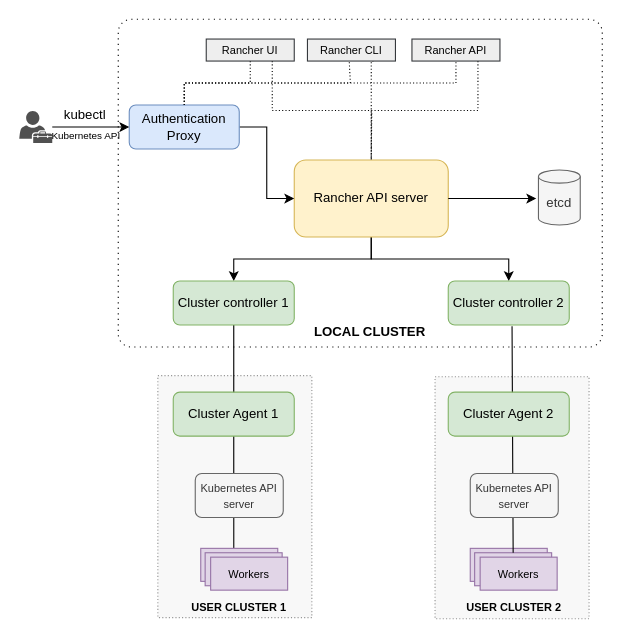
jacmathew/jacmathew keeps this draw.io diagram as rancher.drawio. Above is the earlier version. Source tidied: cells renumbered, new cells numbered last; positions are measured from the earlier drawing's top-left corner, leaving out a move shared by most shapes. Both pictures are drawn from the tidied source at 110%, with x=0, y=0 at pixel (19, 19).
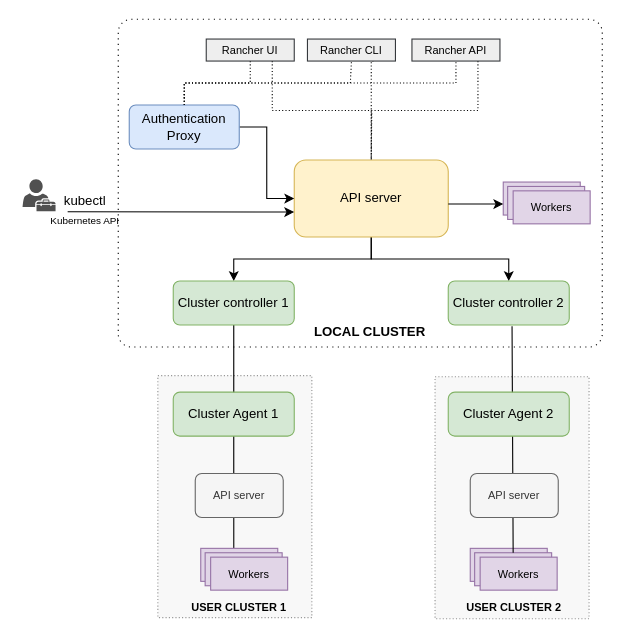
Above is the later version.

The change refers to these unchanged cells:
```xml
<mxCell id="11" value="Authentication Proxy" style="rounded=1;whiteSpace=wrap;html=1;fillColor=#dae8fc;strokeColor=#6c8ebf;" parent="1" vertex="1">
  <mxGeometry x="100" y="78" width="100" height="40" as="geometry" />
</mxCell>
<mxCell id="20" value="&lt;font style=&quot;font-size: 10px;&quot;&gt;Rancher CLI&lt;/font&gt;" style="rounded=0;whiteSpace=wrap;html=1;fillColor=#eeeeee;strokeColor=#36393d;" parent="1" vertex="1">
  <mxGeometry x="262" y="18" width="80" height="20" as="geometry" />
</mxCell>
```

Diff of the diagram source:
```diff
@@
-    <mxCell id="7" value="Rancher API server" style="rounded=1;whiteSpace=wrap;html=1;fillColor=#fff2cc;strokeColor=#d6b656;" parent="1" vertex="1">
+    <mxCell id="7" value="API server" style="rounded=1;whiteSpace=wrap;html=1;fillColor=#fff2cc;strokeColor=#d6b656;" parent="1" vertex="1">
       <mxGeometry x="250" y="128" width="140" height="70" as="geometry" />
     </mxCell>
@@
-    <mxCell id="14" value="etcd" style="shape=cylinder3;whiteSpace=wrap;html=1;boundedLbl=1;backgroundOutline=1;size=6;fillColor=#f5f5f5;fontColor=#333333;strokeColor=#666666;" parent="1" vertex="1">
-      <mxGeometry x="472" y="137" width="38" height="50" as="geometry" />
-    </mxCell>
@@
-    <mxCell id="16" style="endArrow=classic;html=1;rounded=0;" parent="1" edge="1">
-      <mxGeometry relative="1" as="geometry">
-        <mxPoint x="390" y="163" as="sourcePoint" />
-        <mxPoint x="470" y="163" as="targetPoint" />
-      </mxGeometry>
-    </mxCell>
@@
-    <mxCell id="23" style="edgeStyle=orthogonalEdgeStyle;rounded=0;jettySize=auto;html=1;exitX=0.5;exitY=0;exitDx=0;exitDy=0;dashed=1;dashPattern=1 2;endArrow=none;endFill=0;" parent="1" edge="1" source="11">
+    <mxCell id="23" style="edgeStyle=orthogonalEdgeStyle;rounded=0;jettySize=auto;html=1;exitX=0.5;exitY=0;exitDx=0;exitDy=0;dashed=1;dashPattern=1 2;endArrow=none;endFill=0;entryX=0.5;entryY=1;entryDx=0;entryDy=0;" parent="1" edge="1" source="11" target="20">
       <mxGeometry relative="1" as="geometry">
-        <mxPoint x="300" y="38" as="targetPoint" />
         <Array as="points">
           <mxPoint x="150" y="58" />
           <mxPoint x="301" y="58" />
+          <mxPoint x="301" y="38" />
         </Array>
       </mxGeometry>
     </mxCell>
-    <mxCell id="24" style="endArrow=classic;html=1;rounded=0;" parent="1" edge="1">
-      <mxGeometry relative="1" as="geometry">
-        <mxPoint x="30" y="98" as="sourcePoint" />
-        <mxPoint x="100" y="98" as="targetPoint" />
-      </mxGeometry>
-    </mxCell>
     <mxCell id="25" style="sketch=0;shadow=0;dashed=0;html=1;strokeColor=none;fillColor=#505050;labelPosition=center;verticalLabelPosition=bottom;verticalAlign=top;align=center;shape=mxgraph.office.users.tenant_admin;" parent="1" vertex="1">
-      <mxGeometry y="83.5" width="30" height="29" as="geometry" />
+      <mxGeometry x="3" y="145.5" width="30" height="29" as="geometry" />
     </mxCell>
     <mxCell id="26" value="kubectl" style="text;html=1;strokeColor=none;fillColor=none;align=center;verticalAlign=middle;whiteSpace=wrap;rounded=0;" parent="1" vertex="1">
-      <mxGeometry x="30" y="72" width="60" height="30" as="geometry" />
+      <mxGeometry x="30" y="150" width="60" height="30" as="geometry" />
     </mxCell>
     <mxCell id="27" value="&lt;font style=&quot;font-size: 9px;&quot;&gt;Kubernetes API&lt;/font&gt;" style="text;html=1;strokeColor=none;fillColor=none;align=center;verticalAlign=middle;whiteSpace=wrap;rounded=0;" parent="1" vertex="1">
-      <mxGeometry x="26" y="90" width="70" height="30" as="geometry" />
+      <mxGeometry x="25" y="168" width="70" height="30" as="geometry" />
     </mxCell>
@@
-    <mxCell id="29" value="&lt;font style=&quot;font-size: 10px;&quot;&gt;Kubernetes API server&lt;/font&gt;" style="rounded=1;whiteSpace=wrap;html=1;fillColor=#f5f5f5;fontColor=#333333;strokeColor=#666666;" parent="1" vertex="1">
+    <mxCell id="29" value="&lt;font style=&quot;font-size: 10px;&quot;&gt;API server&lt;/font&gt;" style="rounded=1;whiteSpace=wrap;html=1;fillColor=#f5f5f5;fontColor=#333333;strokeColor=#666666;" parent="1" vertex="1">
       <mxGeometry x="160" y="413" width="80" height="40" as="geometry" />
     </mxCell>
@@
-    <mxCell id="39" value="&lt;font style=&quot;font-size: 10px;&quot;&gt;Kubernetes API server&lt;/font&gt;" style="rounded=1;whiteSpace=wrap;html=1;fillColor=#f5f5f5;fontColor=#333333;strokeColor=#666666;" parent="1" vertex="1">
+    <mxCell id="39" value="&lt;font style=&quot;font-size: 10px;&quot;&gt;API server&lt;/font&gt;" style="rounded=1;whiteSpace=wrap;html=1;fillColor=#f5f5f5;fontColor=#333333;strokeColor=#666666;" parent="1" vertex="1">
       <mxGeometry x="410" y="413" width="80" height="40" as="geometry" />
     </mxCell>
@@
+    <mxCell id="44" style="endArrow=classic;html=1;rounded=0;entryX=-0.029;entryY=0.619;entryDx=0;entryDy=0;entryPerimeter=0;" parent="1" edge="1">
+      <mxGeometry relative="1" as="geometry">
+        <mxPoint x="44" y="175" as="sourcePoint" />
+        <mxPoint x="249.9" y="175.3" as="targetPoint" />
+      </mxGeometry>
+    </mxCell>
+    <mxCell id="45" style="group;" parent="1" vertex="1">
+      <mxGeometry x="440" y="148" width="79" height="38" as="geometry" />
+    </mxCell>
+    <mxCell id="46" style="rounded=0;whiteSpace=wrap;html=1;fillColor=#e1d5e7;strokeColor=#9673a6;" parent="45" vertex="1">
+      <mxGeometry width="70" height="30" as="geometry" />
+    </mxCell>
+    <mxCell id="47" style="rounded=0;whiteSpace=wrap;html=1;fillColor=#e1d5e7;strokeColor=#9673a6;" parent="45" vertex="1">
+      <mxGeometry x="4" y="4" width="70" height="30" as="geometry" />
+    </mxCell>
+    <mxCell id="48" value="&lt;font style=&quot;font-size: 10px;&quot;&gt;Workers&lt;/font&gt;" style="rounded=0;whiteSpace=wrap;html=1;fillColor=#e1d5e7;strokeColor=#9673a6;" parent="45" vertex="1">
+      <mxGeometry x="9" y="8" width="70" height="30" as="geometry" />
+    </mxCell>
+    <mxCell id="49" style="endArrow=classic;html=1;rounded=0;" parent="1" edge="1">
+      <mxGeometry relative="1" as="geometry">
+        <mxPoint x="390" y="168" as="sourcePoint" />
+        <mxPoint x="440" y="168" as="targetPoint" />
+      </mxGeometry>
+    </mxCell>
```
